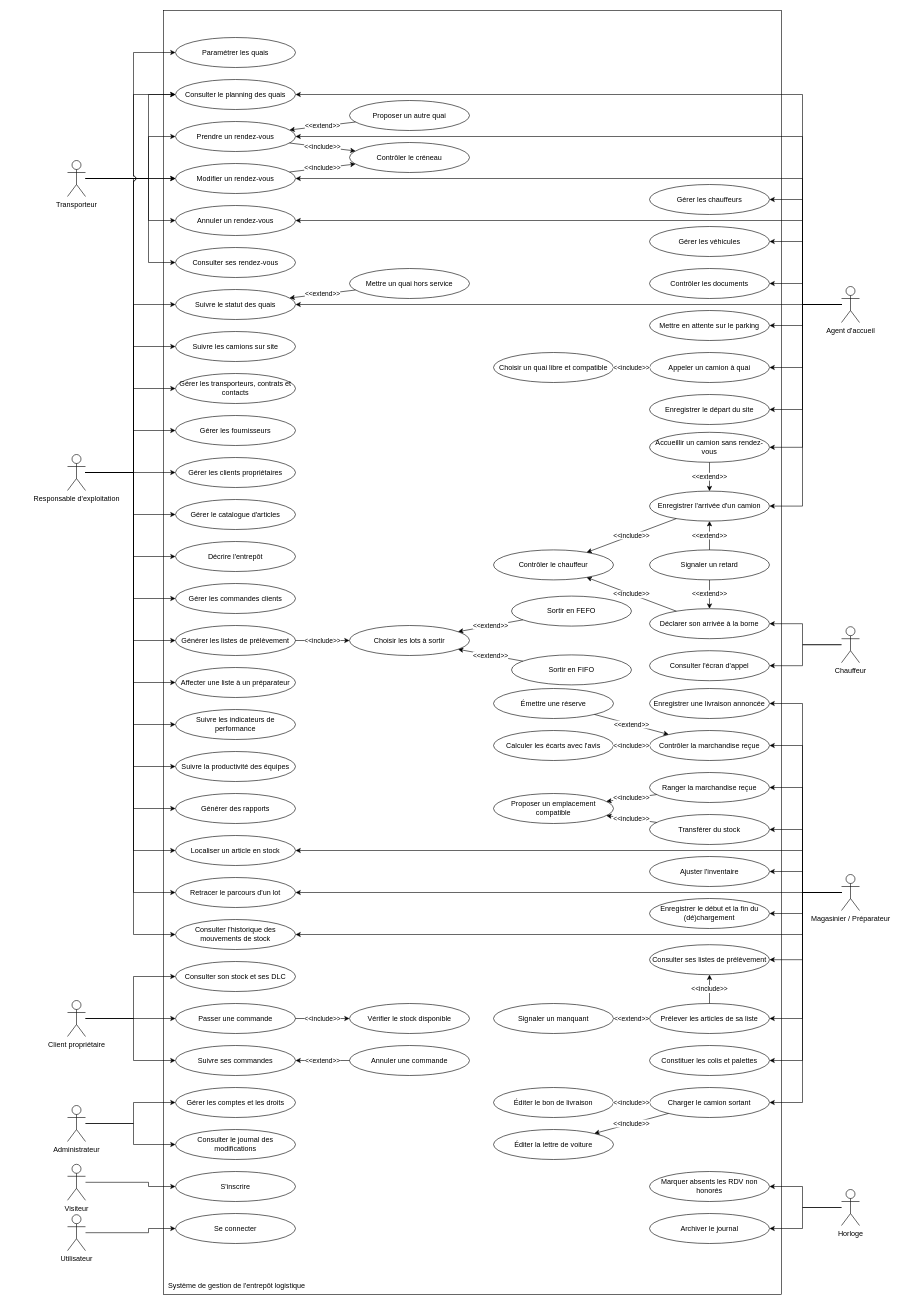
This is uml/use_case_entrepot.drawio from lutz2cru/site-logistique-BD70, a draw.io file, before an edit. Source tidied: cells renumbered, new cells numbered last; positions are measured from the earlier drawing's top-left corner, leaving out a move shared by most shapes. Both pictures are drawn from the tidied source at 60%, with x=0, y=0 at pixel (67, 10).
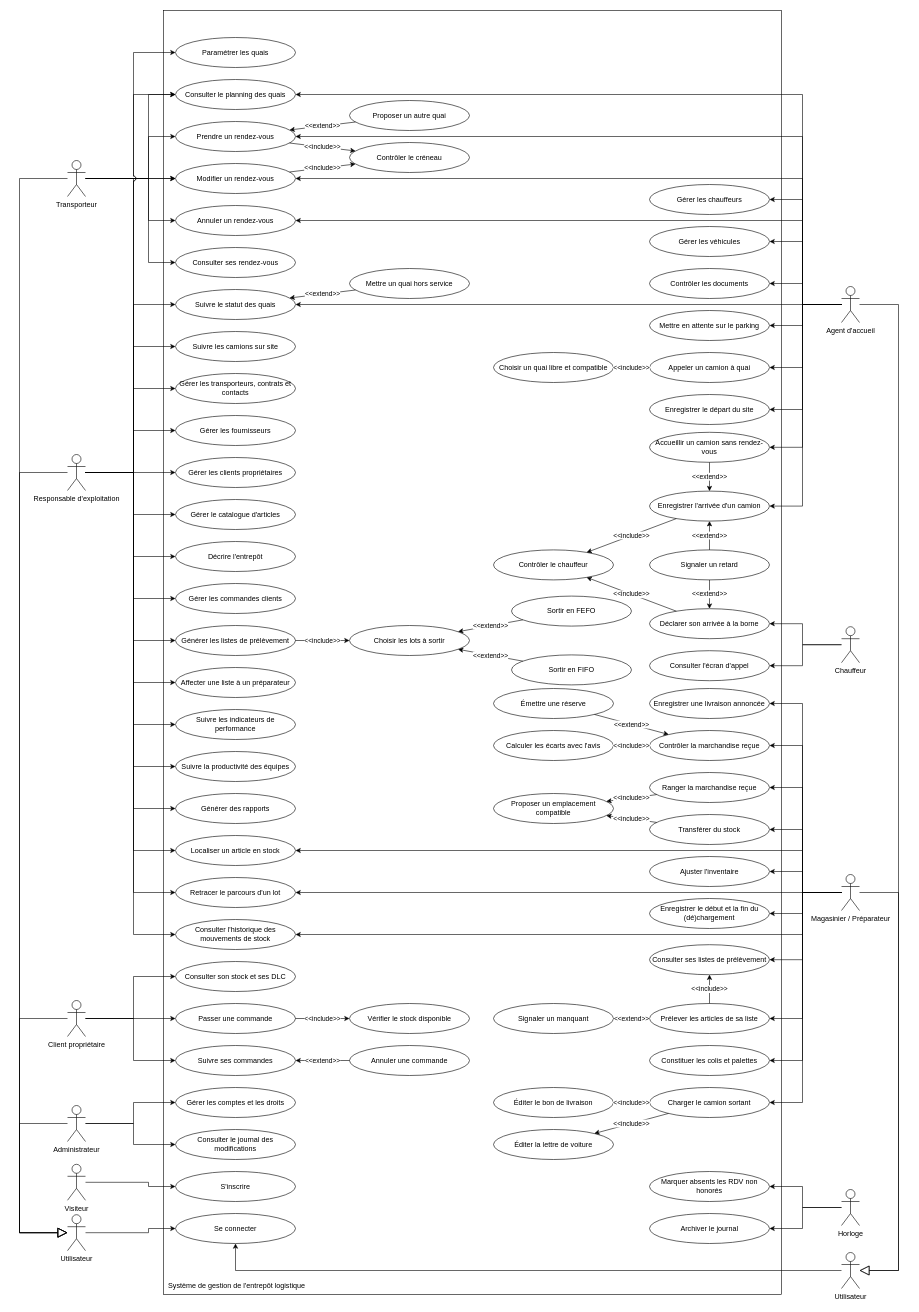
The same page after the edit.

Commit message:
Ajoute les généralisations vers Utilisateur dans le diagramme de cas d'utilisation

Unchanged cells that the change refers to:
```xml
<mxCell id="31" value="Se connecter" style="ellipse;whiteSpace=wrap;html=1;fontSize=12;fillColor=#FFFFFF;strokeColor=#000000;fontColor=#000000;" parent="1" vertex="1">
  <mxGeometry x="180" y="2005" width="200" height="50" as="geometry" />
</mxCell>
<mxCell id="71" value="Transporteur" style="shape=umlActor;verticalLabelPosition=bottom;verticalAlign=top;html=1;outlineConnect=0;fontSize=12;fillColor=#FFFFFF;strokeColor=#000000;fontColor=#000000;" parent="1" vertex="1">
  <mxGeometry y="250" width="30" height="60" as="geometry" />
</mxCell>
<mxCell id="77" value="Responsable d'exploitation" style="shape=umlActor;verticalLabelPosition=bottom;verticalAlign=top;html=1;outlineConnect=0;fontSize=12;fillColor=#FFFFFF;strokeColor=#000000;fontColor=#000000;" parent="1" vertex="1">
  <mxGeometry y="740" width="30" height="60" as="geometry" />
</mxCell>
<mxCell id="97" value="Client propriétaire" style="shape=umlActor;verticalLabelPosition=bottom;verticalAlign=top;html=1;outlineConnect=0;fontSize=12;fillColor=#FFFFFF;strokeColor=#000000;fontColor=#000000;" parent="1" vertex="1">
  <mxGeometry y="1650" width="30" height="60" as="geometry" />
</mxCell>
<mxCell id="101" value="Administrateur" style="shape=umlActor;verticalLabelPosition=bottom;verticalAlign=top;html=1;outlineConnect=0;fontSize=12;fillColor=#FFFFFF;strokeColor=#000000;fontColor=#000000;" parent="1" vertex="1">
  <mxGeometry y="1825" width="30" height="60" as="geometry" />
</mxCell>
<mxCell id="106" value="Utilisateur" style="shape=umlActor;verticalLabelPosition=bottom;verticalAlign=top;html=1;outlineConnect=0;fontSize=12;fillColor=#FFFFFF;strokeColor=#000000;fontColor=#000000;" parent="1" vertex="1">
  <mxGeometry y="2007" width="30" height="60" as="geometry" />
</mxCell>
<mxCell id="108" value="Agent d'accueil" style="shape=umlActor;verticalLabelPosition=bottom;verticalAlign=top;html=1;outlineConnect=0;fontSize=12;fillColor=#FFFFFF;strokeColor=#000000;fontColor=#000000;" parent="1" vertex="1">
  <mxGeometry x="1290" y="460" width="30" height="60" as="geometry" />
</mxCell>
<mxCell id="125" value="Magasinier / Préparateur" style="shape=umlActor;verticalLabelPosition=bottom;verticalAlign=top;html=1;outlineConnect=0;fontSize=12;fillColor=#FFFFFF;strokeColor=#000000;fontColor=#000000;" parent="1" vertex="1">
  <mxGeometry x="1290" y="1440" width="30" height="60" as="geometry" />
</mxCell>
```

Change to the diagram source:
```diff
@@
+    <mxCell id="165" value="Utilisateur" style="shape=umlActor;verticalLabelPosition=bottom;verticalAlign=top;html=1;outlineConnect=0;fontSize=12;fillColor=#FFFFFF;strokeColor=#000000;fontColor=#000000;" parent="1" vertex="1">
+      <mxGeometry x="1290" y="2070" width="30" height="60" as="geometry" />
+    </mxCell>
+    <mxCell id="166" style="rounded=0;html=1;endArrow=classic;endFill=1;jumpStyle=arc;jumpSize=8;strokeColor=#000000;fontColor=#000000;exitX=0;exitY=0.5;exitDx=0;exitDy=0;entryX=0.5;entryY=1;entryDx=0;entryDy=0;" parent="1" edge="1" source="165" target="31">
+      <mxGeometry relative="1" as="geometry">
+        <Array as="points">
+          <mxPoint x="280" y="2100" />
+        </Array>
+      </mxGeometry>
+    </mxCell>
+    <mxCell id="167" style="rounded=0;html=1;endArrow=block;endFill=0;endSize=14;jumpStyle=arc;jumpSize=8;strokeColor=#000000;fontColor=#000000;exitX=0;exitY=0.5;exitDx=0;exitDy=0;entryX=0;entryY=0.5;entryDx=0;entryDy=0;" parent="1" edge="1" source="71" target="106">
+      <mxGeometry relative="1" as="geometry">
+        <Array as="points">
+          <mxPoint x="-80" y="280" />
+          <mxPoint x="-80" y="2037" />
+        </Array>
+      </mxGeometry>
+    </mxCell>
+    <mxCell id="168" style="rounded=0;html=1;endArrow=block;endFill=0;endSize=14;jumpStyle=arc;jumpSize=8;strokeColor=#000000;fontColor=#000000;exitX=0;exitY=0.5;exitDx=0;exitDy=0;entryX=0;entryY=0.5;entryDx=0;entryDy=0;" parent="1" edge="1" source="77" target="106">
+      <mxGeometry relative="1" as="geometry">
+        <Array as="points">
+          <mxPoint x="-80" y="770" />
+          <mxPoint x="-80" y="2037" />
+        </Array>
+      </mxGeometry>
+    </mxCell>
+    <mxCell id="169" style="rounded=0;html=1;endArrow=block;endFill=0;endSize=14;jumpStyle=arc;jumpSize=8;strokeColor=#000000;fontColor=#000000;exitX=0;exitY=0.5;exitDx=0;exitDy=0;entryX=0;entryY=0.5;entryDx=0;entryDy=0;" parent="1" edge="1" source="97" target="106">
+      <mxGeometry relative="1" as="geometry">
+        <Array as="points">
+          <mxPoint x="-80" y="1680" />
+          <mxPoint x="-80" y="2037" />
+        </Array>
+      </mxGeometry>
+    </mxCell>
+    <mxCell id="170" style="rounded=0;html=1;endArrow=block;endFill=0;endSize=14;jumpStyle=arc;jumpSize=8;strokeColor=#000000;fontColor=#000000;exitX=0;exitY=0.5;exitDx=0;exitDy=0;entryX=0;entryY=0.5;entryDx=0;entryDy=0;" parent="1" edge="1" source="101" target="106">
+      <mxGeometry relative="1" as="geometry">
+        <Array as="points">
+          <mxPoint x="-80" y="1855" />
+          <mxPoint x="-80" y="2037" />
+        </Array>
+      </mxGeometry>
+    </mxCell>
+    <mxCell id="171" style="rounded=0;html=1;endArrow=block;endFill=0;endSize=14;jumpStyle=arc;jumpSize=8;strokeColor=#000000;fontColor=#000000;exitX=1;exitY=0.5;exitDx=0;exitDy=0;entryX=1;entryY=0.5;entryDx=0;entryDy=0;" parent="1" edge="1" source="108" target="165">
+      <mxGeometry relative="1" as="geometry">
+        <Array as="points">
+          <mxPoint x="1385" y="490" />
+          <mxPoint x="1385" y="2100" />
+        </Array>
+      </mxGeometry>
+    </mxCell>
+    <mxCell id="172" style="rounded=0;html=1;endArrow=block;endFill=0;endSize=14;jumpStyle=arc;jumpSize=8;strokeColor=#000000;fontColor=#000000;exitX=1;exitY=0.5;exitDx=0;exitDy=0;entryX=1;entryY=0.5;entryDx=0;entryDy=0;" parent="1" edge="1" source="125" target="165">
+      <mxGeometry relative="1" as="geometry">
+        <Array as="points">
+          <mxPoint x="1385" y="1470" />
+          <mxPoint x="1385" y="2100" />
+        </Array>
+      </mxGeometry>
+    </mxCell>
```
